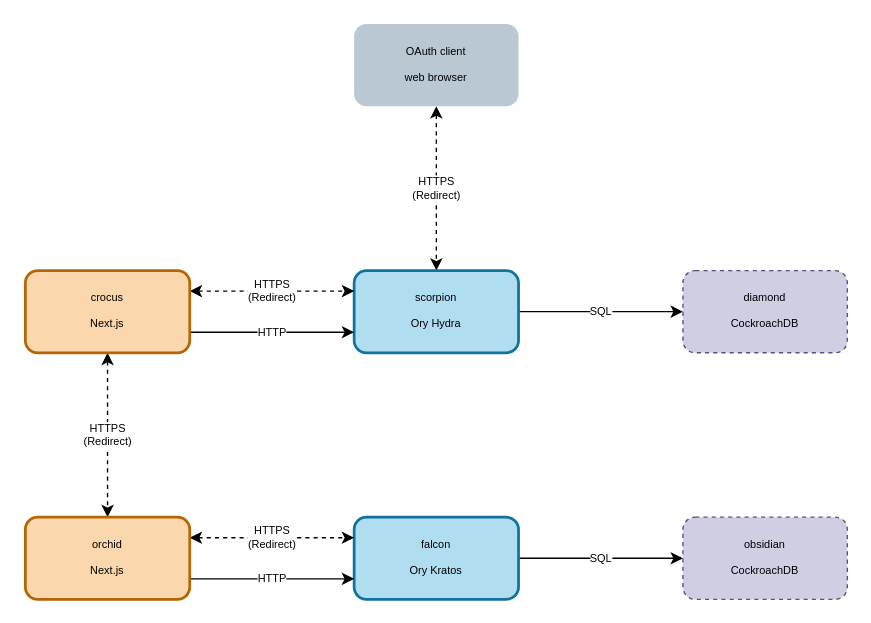
This is static/architecture/users.drawio from radio-aktywne/docs, a draw.io file, before an edit. Source tidied: cells renumbered, new cells numbered last; positions are measured from the earlier drawing's top-left corner, leaving out a move shared by most shapes. Both pictures are drawn from the tidied source at 137%, with x=0, y=0 at pixel (25, 23).
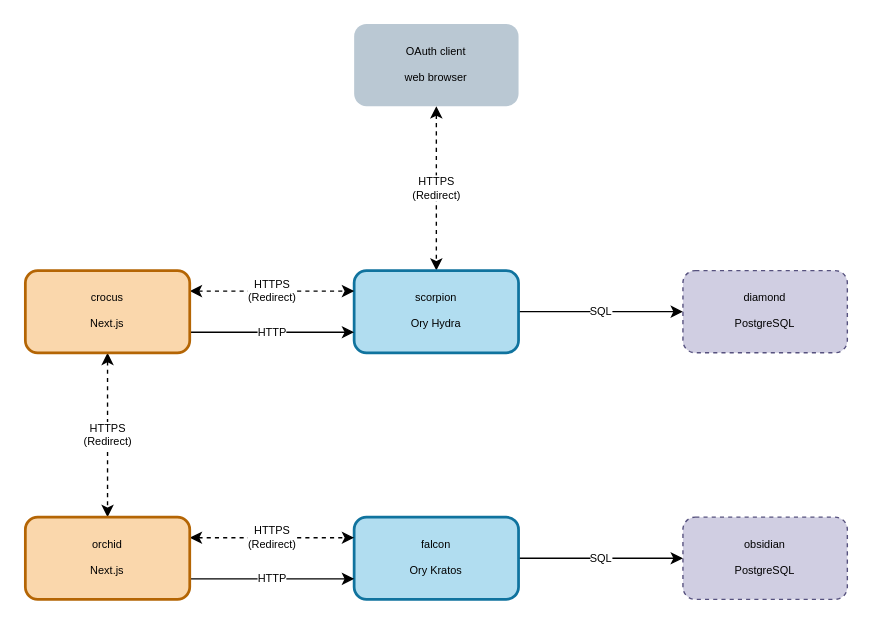
After the change.

What changed in the source:
```diff
@@
 <mxGraphModel background="#FFFFFF">
   <root>
     <mxCell id="0" />
     <mxCell id="1" parent="0" />
     <mxCell id="2" value="&lt;div&gt;HTTPS&lt;/div&gt;&lt;div&gt;(Redirect)&lt;/div&gt;" style="edgeStyle=orthogonalEdgeStyle;rounded=0;jettySize=auto;html=1;entryX=0.5;entryY=0;entryDx=0;entryDy=0;fontFamily=sans-serif;fontSize=8;dashed=1;startArrow=classic;startFill=1;" parent="1" edge="1" source="3" target="5">
       <mxGeometry relative="1" as="geometry" />
     </mxCell>
     <mxCell id="3" value="&lt;div&gt;OAuth client&lt;/div&gt;&lt;div&gt;&lt;br&gt;&lt;/div&gt;&lt;div&gt;web browser&lt;br&gt;&lt;/div&gt;" style="rounded=1;whiteSpace=wrap;html=1;fontSize=8;fontFamily=sans-serif;shadow=0;glass=0;sketch=0;perimeterSpacing=0;strokeWidth=1;dashed=1;fillColor=#bac8d3;strokeColor=none;" parent="1" vertex="1">
       <mxGeometry x="240" width="120" height="60" as="geometry" />
     </mxCell>
     <mxCell id="4" value="SQL" style="edgeStyle=orthogonalEdgeStyle;rounded=1;jettySize=auto;html=1;entryX=0;entryY=0.5;entryDx=0;entryDy=0;curved=0;fontFamily=sans-serif;fontSize=8;" parent="1" edge="1" source="5" target="6">
       <mxGeometry relative="1" as="geometry" />
     </mxCell>
     <mxCell id="5" value="scorpion&lt;br&gt;&lt;br&gt;Ory Hydra" style="rounded=1;whiteSpace=wrap;html=1;fontSize=8;fontFamily=sans-serif;fillColor=#b1ddf0;strokeColor=#10739e;strokeWidth=2;" parent="1" vertex="1">
       <mxGeometry x="240" y="180" width="120" height="60" as="geometry" />
     </mxCell>
-    <mxCell id="6" value="&lt;div&gt;diamond&lt;/div&gt;&lt;div&gt;&lt;br&gt;&lt;/div&gt;&lt;div&gt;CockroachDB&lt;br&gt;&lt;/div&gt;" style="rounded=1;whiteSpace=wrap;html=1;fontSize=8;fontFamily=sans-serif;dashed=1;fillColor=#d0cee2;strokeColor=#56517e;" parent="1" vertex="1">
+    <mxCell id="6" value="&lt;div&gt;diamond&lt;/div&gt;&lt;div&gt;&lt;br&gt;&lt;/div&gt;&lt;div&gt;PostgreSQL&lt;br&gt;&lt;/div&gt;" style="rounded=1;whiteSpace=wrap;html=1;fontSize=8;fontFamily=sans-serif;dashed=1;fillColor=#d0cee2;strokeColor=#56517e;" parent="1" vertex="1">
       <mxGeometry x="480" y="180" width="120" height="60" as="geometry" />
     </mxCell>
     <mxCell id="7" value="HTTP" style="edgeStyle=orthogonalEdgeStyle;rounded=0;jettySize=auto;html=1;exitX=1;exitY=0.75;exitDx=0;exitDy=0;entryX=0;entryY=0.75;entryDx=0;entryDy=0;fontFamily=sans-serif;fontSize=8;" parent="1" edge="1" source="10" target="5">
       <mxGeometry relative="1" as="geometry" />
     </mxCell>
     <mxCell id="8" value="&lt;div&gt;HTTPS&lt;/div&gt;&lt;div&gt;(Redirect)&lt;/div&gt;" style="edgeStyle=orthogonalEdgeStyle;rounded=0;jettySize=auto;html=1;exitX=1;exitY=0.25;exitDx=0;exitDy=0;entryX=0;entryY=0.25;entryDx=0;entryDy=0;startArrow=classic;startFill=1;dashed=1;fontFamily=sans-serif;fontSize=8;" parent="1" edge="1" source="10" target="5">
       <mxGeometry relative="1" as="geometry" />
     </mxCell>
     <mxCell id="9" value="&lt;div&gt;HTTPS&lt;/div&gt;&lt;div&gt;(Redirect)&lt;br&gt;&lt;/div&gt;" style="edgeStyle=orthogonalEdgeStyle;rounded=0;jettySize=auto;html=1;entryX=0.5;entryY=0;entryDx=0;entryDy=0;startArrow=classic;startFill=1;dashed=1;fontFamily=sans-serif;fontSize=8;" parent="1" edge="1" source="10" target="16">
       <mxGeometry relative="1" as="geometry" />
     </mxCell>
     <mxCell id="10" value="crocus&lt;br&gt;&lt;br&gt;Next.js" style="rounded=1;whiteSpace=wrap;html=1;fontSize=8;fontFamily=sans-serif;fillColor=#fad7ac;strokeColor=#b46504;strokeWidth=2;" parent="1" vertex="1">
       <mxGeometry y="180" width="120" height="60" as="geometry" />
     </mxCell>
-    <mxCell id="11" value="&lt;div&gt;obsidian&lt;/div&gt;&lt;div&gt;&lt;br&gt;&lt;/div&gt;&lt;div&gt;CockroachDB&lt;br&gt;&lt;/div&gt;" style="rounded=1;whiteSpace=wrap;html=1;fontSize=8;fontFamily=sans-serif;dashed=1;fillColor=#d0cee2;strokeColor=#56517e;" parent="1" vertex="1">
+    <mxCell id="11" value="&lt;div&gt;obsidian&lt;/div&gt;&lt;div&gt;&lt;br&gt;&lt;/div&gt;&lt;div&gt;PostgreSQL&lt;br&gt;&lt;/div&gt;" style="rounded=1;whiteSpace=wrap;html=1;fontSize=8;fontFamily=sans-serif;dashed=1;fillColor=#d0cee2;strokeColor=#56517e;" parent="1" vertex="1">
       <mxGeometry x="480" y="360" width="120" height="60" as="geometry" />
     </mxCell>
     <mxCell id="12" value="SQL" style="edgeStyle=orthogonalEdgeStyle;rounded=0;jettySize=auto;html=1;entryX=0;entryY=0.5;entryDx=0;entryDy=0;fontFamily=sans-serif;fontSize=8;" parent="1" edge="1" source="13" target="11">
       <mxGeometry relative="1" as="geometry" />
     </mxCell>
     <mxCell id="13" value="falcon&lt;br&gt;&lt;br&gt;Ory Kratos" style="rounded=1;whiteSpace=wrap;html=1;fontSize=8;fontFamily=sans-serif;fillColor=#b1ddf0;strokeColor=#10739e;strokeWidth=2;" parent="1" vertex="1">
       <mxGeometry x="240" y="360" width="120" height="60" as="geometry" />
     </mxCell>
     <mxCell id="14" value="HTTP" style="edgeStyle=orthogonalEdgeStyle;rounded=0;jettySize=auto;html=1;exitX=1;exitY=0.75;exitDx=0;exitDy=0;entryX=0;entryY=0.75;entryDx=0;entryDy=0;fontFamily=sans-serif;fontSize=8;" parent="1" edge="1" source="16" target="13">
       <mxGeometry relative="1" as="geometry" />
     </mxCell>
     <mxCell id="15" value="&lt;div&gt;HTTPS&lt;/div&gt;&lt;div&gt;(Redirect)&lt;br&gt;&lt;/div&gt;" style="edgeStyle=orthogonalEdgeStyle;rounded=0;jettySize=auto;html=1;exitX=1;exitY=0.25;exitDx=0;exitDy=0;entryX=0;entryY=0.25;entryDx=0;entryDy=0;startArrow=classic;startFill=1;dashed=1;fontFamily=sans-serif;fontSize=8;" parent="1" edge="1" source="16" target="13">
       <mxGeometry relative="1" as="geometry" />
     </mxCell>
     <mxCell id="16" value="orchid&lt;br&gt;&lt;br&gt;Next.js" style="rounded=1;whiteSpace=wrap;html=1;fontSize=8;fontFamily=sans-serif;fillColor=#fad7ac;strokeColor=#b46504;strokeWidth=2;" parent="1" vertex="1">
       <mxGeometry y="360" width="120" height="60" as="geometry" />
     </mxCell>
   </root>
 </mxGraphModel>
```
